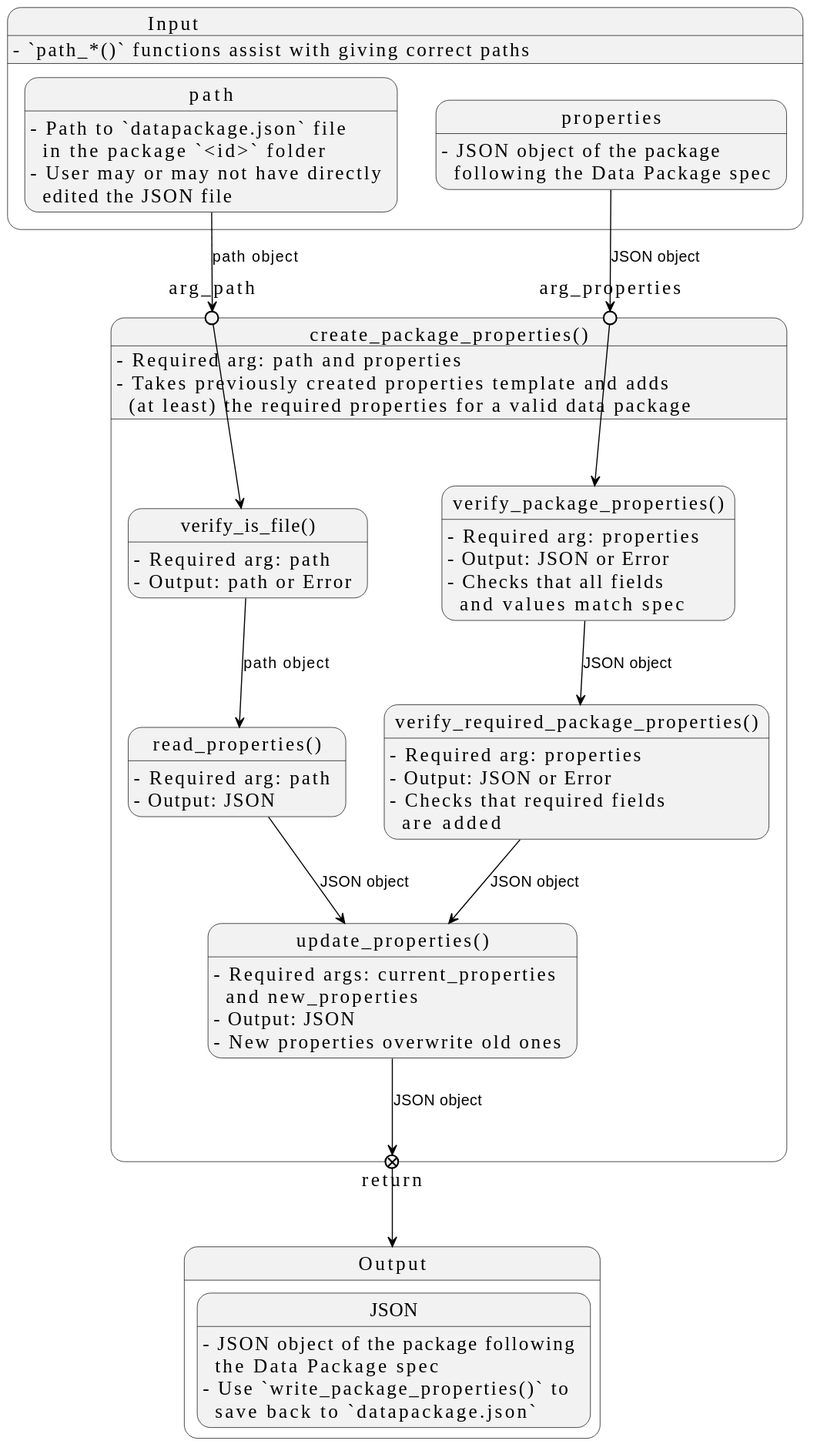
The PlantUML diagram docs/design/implementation/images/core/create-package-properties.svg in seedcase-project/seedcase-sprout, before a commit.
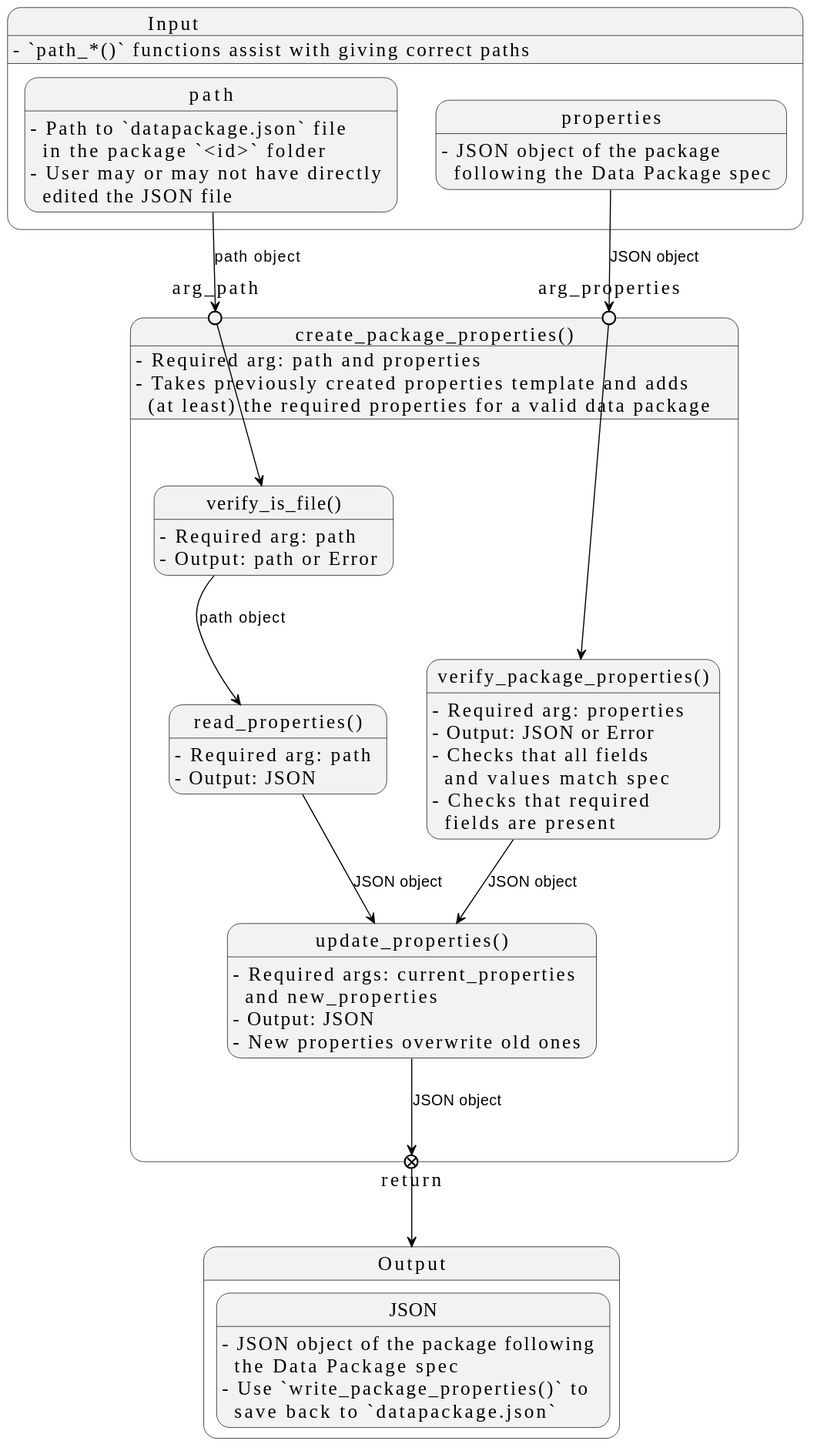
Later version of the same file.

Commit message:
docs: :building_construction: verify required is part of verify properties

What changed in the source:
```diff
@@ -33,13 +33,8 @@
   vpp : - Required arg: properties
   vpp : - Output: JSON or Error
   vpp : - Checks that all fields\n  and values match spec
+  vpp : - Checks that required\n  fields are present
   arg_properties --> vpp
-
-  state "verify_required_package_properties()" as vrp
-  vrp : - Required arg: properties
-  vrp : - Output: JSON or Error
-  vrp : - Checks that required fields\n  are added
-  vpp --> vrp : JSON object
 
   state "read_properties()" as rp
   rp : - Required arg: path
@@ -51,7 +46,7 @@
   up : - Output: JSON
   up : - New properties overwrite old ones
   rp --> up : JSON object
-  vrp --> up : JSON object
+  vpp --> up : JSON object
 
   state "return" <<exitPoint>>
   up --> return : JSON object
```
